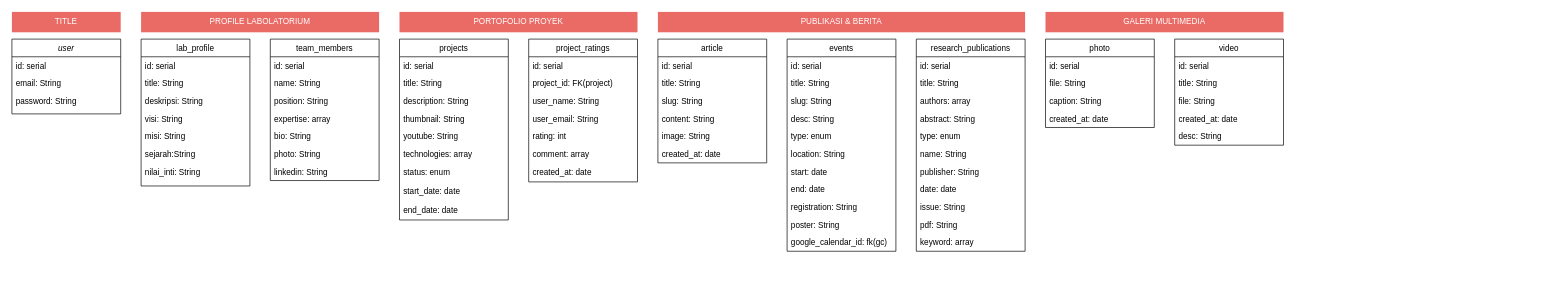
Wahdaapf/All-About-DrawIo keeps this draw.io diagram as pblwebdb.drawio. Above is the earlier version. Source tidied: cells renumbered, new cells numbered last; positions are measured from the earlier drawing's top-left corner, leaving out a move shared by most shapes. Both pictures are drawn from the tidied source at 68%, with x=0, y=0 at pixel (12, 12).
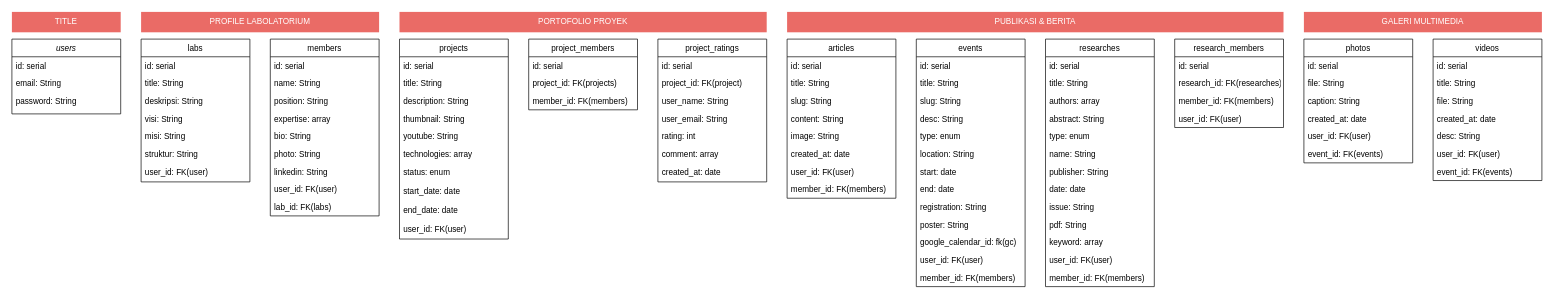
After the change.

What changed in the source:
```diff
@@
-    <mxCell id="2" value="user" style="swimlane;fontStyle=2;align=center;verticalAlign=top;horizontal=1;startSize=26;rounded=0;shadow=0;strokeWidth=1;" parent="1" vertex="1">
+    <mxCell id="2" value="users" style="swimlane;fontStyle=2;align=center;verticalAlign=top;horizontal=1;startSize=26;rounded=0;shadow=0;strokeWidth=1;" parent="1" vertex="1">
       <mxGeometry y="40" width="160" height="110" as="geometry" />
     </mxCell>
@@
-    <mxCell id="6" value="team_members" style="swimlane;fontStyle=0;align=center;verticalAlign=top;horizontal=1;startSize=26;rounded=0;shadow=0;strokeWidth=1;" parent="1" vertex="1">
-      <mxGeometry x="380" y="40" width="160" height="208" as="geometry" />
+    <mxCell id="6" value="members" style="swimlane;fontStyle=0;align=center;verticalAlign=top;horizontal=1;startSize=26;rounded=0;shadow=0;strokeWidth=1;" parent="1" vertex="1">
+      <mxGeometry x="380" y="40" width="160" height="260" as="geometry" />
     </mxCell>
@@
+    <mxCell id="87" value="user_id: FK(user)" style="text;align=left;verticalAlign=top;spacingLeft=4;spacingRight=4;overflow=hidden;rounded=0;shadow=0;html=0;" parent="6" vertex="1">
+      <mxGeometry y="208" width="160" height="26" as="geometry" />
+    </mxCell>
+    <mxCell id="88" value="lab_id: FK(labs)" style="text;align=left;verticalAlign=top;spacingLeft=4;spacingRight=4;overflow=hidden;rounded=0;shadow=0;html=0;" parent="6" vertex="1">
+      <mxGeometry y="234" width="160" height="26" as="geometry" />
+    </mxCell>
     <mxCell id="14" value="projects" style="swimlane;fontStyle=0;align=center;verticalAlign=top;horizontal=1;startSize=26;rounded=0;shadow=0;strokeWidth=1;" parent="1" vertex="1">
-      <mxGeometry x="570" y="40" width="160" height="266" as="geometry" />
+      <mxGeometry x="570" y="40" width="160" height="294" as="geometry" />
     </mxCell>
@@
+    <mxCell id="89" value="user_id: FK(user)" style="text;align=left;verticalAlign=top;spacingLeft=4;spacingRight=4;overflow=hidden;" parent="14" vertex="1">
+      <mxGeometry y="266" width="160" height="28" as="geometry" />
+    </mxCell>
-    <mxCell id="24" value="lab_profile" style="swimlane;fontStyle=0;align=center;verticalAlign=top;horizontal=1;startSize=26;rounded=0;shadow=0;strokeWidth=1;" parent="1" vertex="1">
-      <mxGeometry x="190" y="40" width="160" height="216" as="geometry" />
+    <mxCell id="24" value="labs" style="swimlane;fontStyle=0;align=center;verticalAlign=top;horizontal=1;startSize=26;rounded=0;shadow=0;strokeWidth=1;" parent="1" vertex="1">
+      <mxGeometry x="190" y="40" width="160" height="210" as="geometry" />
     </mxCell>
@@
-    <mxCell id="30" value="sejarah:String" style="text;align=left;verticalAlign=top;spacingLeft=4;spacingRight=4;overflow=hidden;rounded=0;shadow=0;html=0;" parent="24" vertex="1">
+    <mxCell id="30" value="struktur: String" style="text;align=left;verticalAlign=top;spacingLeft=4;spacingRight=4;overflow=hidden;rounded=0;shadow=0;html=0;" parent="24" vertex="1">
       <mxGeometry y="156" width="160" height="26" as="geometry" />
     </mxCell>
-    <mxCell id="31" value="nilai_inti: String" style="text;align=left;verticalAlign=top;spacingLeft=4;spacingRight=4;overflow=hidden;rounded=0;shadow=0;html=0;" parent="24" vertex="1">
-      <mxGeometry y="182" width="160" height="26" as="geometry" />
-    </mxCell>
+    <mxCell id="90" value="user_id: FK(user)" style="text;align=left;verticalAlign=top;spacingLeft=4;spacingRight=4;overflow=hidden;rounded=0;shadow=0;html=0;" parent="24" vertex="1">
+      <mxGeometry y="182" width="160" height="26" as="geometry" />
+    </mxCell>
     <mxCell id="32" value="project_ratings" style="swimlane;fontStyle=0;align=center;verticalAlign=top;horizontal=1;startSize=26;rounded=0;shadow=0;strokeWidth=1;" parent="1" vertex="1">
-      <mxGeometry x="760" y="40" width="160" height="210" as="geometry" />
+      <mxGeometry x="950" y="40" width="160" height="210" as="geometry" />
     </mxCell>
@@
-    <mxCell id="40" value="article" style="swimlane;fontStyle=0;align=center;verticalAlign=top;horizontal=1;startSize=26;rounded=0;shadow=0;strokeWidth=1;" parent="1" vertex="1">
-      <mxGeometry x="950" y="40" width="160" height="182" as="geometry" />
+    <mxCell id="40" value="articles" style="swimlane;fontStyle=0;align=center;verticalAlign=top;horizontal=1;startSize=26;rounded=0;shadow=0;strokeWidth=1;" parent="1" vertex="1">
+      <mxGeometry x="1140" y="40" width="160" height="234" as="geometry" />
     </mxCell>
@@
+    <mxCell id="91" value="user_id: FK(user)" style="text;align=left;verticalAlign=top;spacingLeft=4;spacingRight=4;overflow=hidden;" parent="40" vertex="1">
+      <mxGeometry y="182" width="160" height="26" as="geometry" />
+    </mxCell>
+    <mxCell id="92" value="member_id: FK(members)" style="text;align=left;verticalAlign=top;spacingLeft=4;spacingRight=4;overflow=hidden;" parent="40" vertex="1">
+      <mxGeometry y="208" width="160" height="26" as="geometry" />
+    </mxCell>
     <mxCell id="47" value="events" style="swimlane;fontStyle=0;align=center;verticalAlign=top;horizontal=1;startSize=26;rounded=0;shadow=0;strokeWidth=1;" parent="1" vertex="1">
-      <mxGeometry x="1140" y="40" width="160" height="312" as="geometry" />
+      <mxGeometry x="1330" y="40" width="160" height="364" as="geometry" />
     </mxCell>
@@
+    <mxCell id="93" value="user_id: FK(user)" style="text;align=left;verticalAlign=top;spacingLeft=4;spacingRight=4;overflow=hidden;" parent="47" vertex="1">
+      <mxGeometry y="312" width="160" height="26" as="geometry" />
+    </mxCell>
+    <mxCell id="94" value="member_id: FK(members)" style="text;align=left;verticalAlign=top;spacingLeft=4;spacingRight=4;overflow=hidden;" parent="47" vertex="1">
+      <mxGeometry y="338" width="160" height="26" as="geometry" />
+    </mxCell>
-    <mxCell id="59" value="research_publications" style="swimlane;fontStyle=0;align=center;verticalAlign=top;horizontal=1;startSize=26;rounded=0;shadow=0;strokeWidth=1;" parent="1" vertex="1">
-      <mxGeometry x="1330" y="40" width="160" height="312" as="geometry" />
+    <mxCell id="59" value="researches" style="swimlane;fontStyle=0;align=center;verticalAlign=top;horizontal=1;startSize=26;rounded=0;shadow=0;strokeWidth=1;" parent="1" vertex="1">
+      <mxGeometry x="1520" y="40" width="160" height="364" as="geometry" />
     </mxCell>
@@
+    <mxCell id="95" value="user_id: FK(user)" style="text;align=left;verticalAlign=top;spacingLeft=4;spacingRight=4;overflow=hidden;" parent="59" vertex="1">
+      <mxGeometry y="312" width="160" height="26" as="geometry" />
+    </mxCell>
+    <mxCell id="96" value="member_id: FK(members)" style="text;align=left;verticalAlign=top;spacingLeft=4;spacingRight=4;overflow=hidden;" parent="59" vertex="1">
+      <mxGeometry y="338" width="160" height="26" as="geometry" />
+    </mxCell>
-    <mxCell id="71" value="photo" style="swimlane;fontStyle=0;align=center;verticalAlign=top;horizontal=1;startSize=26;rounded=0;shadow=0;strokeWidth=1;" parent="1" vertex="1">
-      <mxGeometry x="1520" y="40" width="160" height="130" as="geometry" />
+    <mxCell id="71" value="photos" style="swimlane;fontStyle=0;align=center;verticalAlign=top;horizontal=1;startSize=26;rounded=0;shadow=0;strokeWidth=1;" parent="1" vertex="1">
+      <mxGeometry x="1900" y="40" width="160" height="182" as="geometry" />
     </mxCell>
@@
+    <mxCell id="97" value="user_id: FK(user)" style="text;align=left;verticalAlign=top;spacingLeft=4;spacingRight=4;overflow=hidden;" parent="71" vertex="1">
+      <mxGeometry y="130" width="160" height="26" as="geometry" />
+    </mxCell>
+    <mxCell id="98" value="event_id: FK(events)" style="text;align=left;verticalAlign=top;spacingLeft=4;spacingRight=4;overflow=hidden;" parent="71" vertex="1">
+      <mxGeometry y="156" width="160" height="26" as="geometry" />
+    </mxCell>
-    <mxCell id="76" value="video" style="swimlane;fontStyle=0;align=center;verticalAlign=top;horizontal=1;startSize=26;rounded=0;shadow=0;strokeWidth=1;" parent="1" vertex="1">
-      <mxGeometry x="1710" y="40" width="160" height="156" as="geometry" />
+    <mxCell id="76" value="videos" style="swimlane;fontStyle=0;align=center;verticalAlign=top;horizontal=1;startSize=26;rounded=0;shadow=0;strokeWidth=1;" parent="1" vertex="1">
+      <mxGeometry x="2090" y="40" width="160" height="208" as="geometry" />
     </mxCell>
@@
+    <mxCell id="99" value="user_id: FK(user)" style="text;align=left;verticalAlign=top;spacingLeft=4;spacingRight=4;overflow=hidden;" parent="76" vertex="1">
+      <mxGeometry y="156" width="160" height="26" as="geometry" />
+    </mxCell>
+    <mxCell id="100" value="event_id: FK(events)" style="text;align=left;verticalAlign=top;spacingLeft=4;spacingRight=4;overflow=hidden;" parent="76" vertex="1">
+      <mxGeometry y="182" width="160" height="26" as="geometry" />
+    </mxCell>
@@
     <mxCell id="84" value="&lt;font style=&quot;color: rgb(255, 255, 255);&quot;&gt;PORTOFOLIO PROYEK&lt;/font&gt;" style="text;html=1;whiteSpace=wrap;strokeColor=none;fillColor=#EA6B66;align=center;verticalAlign=middle;rounded=0;" parent="1" vertex="1">
-      <mxGeometry x="570" width="350" height="30" as="geometry" />
+      <mxGeometry x="570" width="540" height="30" as="geometry" />
     </mxCell>
     <mxCell id="85" value="&lt;font style=&quot;color: rgb(255, 255, 255);&quot;&gt;PUBLIKASI &amp;amp; BERITA&lt;/font&gt;" style="text;html=1;whiteSpace=wrap;strokeColor=none;fillColor=#EA6B66;align=center;verticalAlign=middle;rounded=0;" parent="1" vertex="1">
-      <mxGeometry x="950" width="540" height="30" as="geometry" />
+      <mxGeometry x="1140" width="730" height="30" as="geometry" />
     </mxCell>
     <mxCell id="86" value="&lt;font style=&quot;color: rgb(255, 255, 255);&quot;&gt;GALERI MULTIMEDIA&lt;/font&gt;" style="text;html=1;whiteSpace=wrap;strokeColor=none;fillColor=#EA6B66;align=center;verticalAlign=middle;rounded=0;" parent="1" vertex="1">
-      <mxGeometry x="1520" width="350" height="30" as="geometry" />
+      <mxGeometry x="1900" width="350" height="30" as="geometry" />
     </mxCell>
+    <mxCell id="101" value="research_members" style="swimlane;fontStyle=0;align=center;verticalAlign=top;horizontal=1;startSize=26;rounded=0;shadow=0;strokeWidth=1;" parent="1" vertex="1">
+      <mxGeometry x="1710" y="40" width="160" height="130" as="geometry" />
+    </mxCell>
+    <mxCell id="102" value="id: serial" style="text;align=left;verticalAlign=top;spacingLeft=4;spacingRight=4;overflow=hidden;" parent="101" vertex="1">
+      <mxGeometry y="26" width="160" height="26" as="geometry" />
+    </mxCell>
+    <mxCell id="103" value="research_id: FK(researches)" style="text;align=left;verticalAlign=top;spacingLeft=4;spacingRight=4;overflow=hidden;" parent="101" vertex="1">
+      <mxGeometry y="52" width="160" height="26" as="geometry" />
+    </mxCell>
+    <mxCell id="104" value="member_id: FK(members)" style="text;align=left;verticalAlign=top;spacingLeft=4;spacingRight=4;overflow=hidden;" parent="101" vertex="1">
+      <mxGeometry y="78" width="160" height="26" as="geometry" />
+    </mxCell>
+    <mxCell id="105" value="user_id: FK(user)" style="text;align=left;verticalAlign=top;spacingLeft=4;spacingRight=4;overflow=hidden;" parent="101" vertex="1">
+      <mxGeometry y="104" width="160" height="26" as="geometry" />
+    </mxCell>
+    <mxCell id="106" value="project_members" style="swimlane;fontStyle=0;align=center;verticalAlign=top;horizontal=1;startSize=26;rounded=0;shadow=0;strokeWidth=1;" parent="1" vertex="1">
+      <mxGeometry x="760" y="40" width="160" height="104" as="geometry" />
+    </mxCell>
+    <mxCell id="107" value="id: serial" style="text;align=left;verticalAlign=top;spacingLeft=4;spacingRight=4;overflow=hidden;" parent="106" vertex="1">
+      <mxGeometry y="26" width="160" height="26" as="geometry" />
+    </mxCell>
+    <mxCell id="108" value="project_id: FK(projects)" style="text;align=left;verticalAlign=top;spacingLeft=4;spacingRight=4;overflow=hidden;" parent="106" vertex="1">
+      <mxGeometry y="52" width="160" height="26" as="geometry" />
+    </mxCell>
+    <mxCell id="109" value="member_id: FK(members)" style="text;align=left;verticalAlign=top;spacingLeft=4;spacingRight=4;overflow=hidden;" parent="106" vertex="1">
+      <mxGeometry y="78" width="160" height="26" as="geometry" />
+    </mxCell>
```
